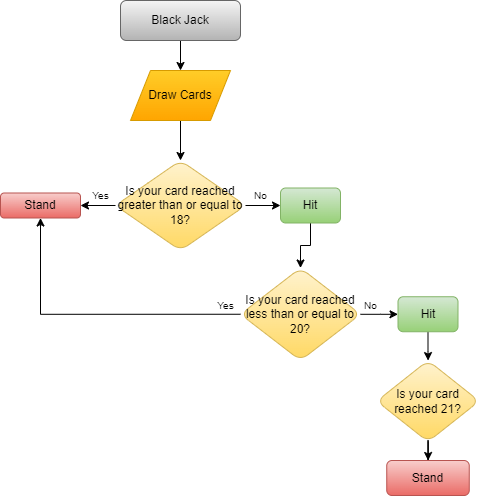
Earlier version of the draw.io export blackjack.drawio.png (mallaribs01/CCINCOML_EXERCISES_COM23P). Source tidied: cells renumbered, new cells last; positions are measured from the earlier drawing's top-left corner, leaving out a move shared by most shapes.
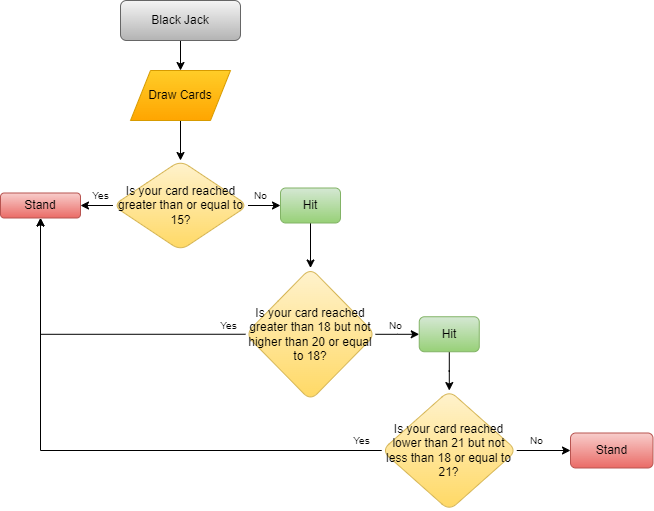
After the commit.

What changed in the source:
```diff
@@ -14,8 +14,8 @@
     <mxCell id="5" style="edgeStyle=orthogonalEdgeStyle;rounded=0;jettySize=auto;html=1;" parent="1" edge="1" source="6" target="9">
       <mxGeometry relative="1" as="geometry" />
     </mxCell>
-    <mxCell id="6" value="Is your card reached greater than or equal to 18?" style="rhombus;rounded=1;glass=0;strokeWidth=1;shadow=0;html=1;whiteSpace=wrap;verticalAlign=middle;fillColor=#fff2cc;strokeColor=#d6b656;gradientColor=#ffd966;" parent="1" vertex="1">
-      <mxGeometry x="115" y="160" width="130" height="90" as="geometry" />
+    <mxCell id="6" value="Is your card reached greater than or equal to 15?" style="rhombus;rounded=1;glass=0;strokeWidth=1;shadow=0;html=1;whiteSpace=wrap;verticalAlign=middle;fillColor=#fff2cc;strokeColor=#d6b656;gradientColor=#ffd966;" parent="1" vertex="1">
+      <mxGeometry x="112.5" y="160" width="135" height="90" as="geometry" />
     </mxCell>
     <mxCell id="7" style="edgeStyle=orthogonalEdgeStyle;rounded=0;jettySize=auto;html=1;" parent="1" edge="1" source="8" target="12">
       <mxGeometry relative="1" as="geometry" />
@@ -32,14 +32,14 @@
     <mxCell id="11" style="edgeStyle=orthogonalEdgeStyle;rounded=0;jettySize=auto;html=1;exitX=0;exitY=0.5;exitDx=0;exitDy=0;entryX=0.5;entryY=1;entryDx=0;entryDy=0;" parent="1" edge="1" source="12" target="9">
       <mxGeometry relative="1" as="geometry" />
     </mxCell>
-    <mxCell id="12" value="Is your card reached less than or equal to 20?" style="rhombus;whiteSpace=wrap;html=1;rounded=1;glass=0;strokeWidth=1;shadow=0;fillColor=#fff2cc;gradientColor=#ffd966;strokeColor=#d6b656;" parent="1" vertex="1">
-      <mxGeometry x="240" y="267.5" width="120" height="92.5" as="geometry" />
+    <mxCell id="12" value="Is your card reached greater than 18 but not higher than 20 or equal to 18?" style="rhombus;whiteSpace=wrap;html=1;rounded=1;glass=0;strokeWidth=1;shadow=0;fillColor=#fff2cc;gradientColor=#ffd966;strokeColor=#d6b656;" parent="1" vertex="1">
+      <mxGeometry x="245" y="267.5" width="130" height="132.5" as="geometry" />
     </mxCell>
     <mxCell id="13" style="edgeStyle=orthogonalEdgeStyle;rounded=0;jettySize=auto;html=1;" parent="1" edge="1" source="14" target="22">
       <mxGeometry relative="1" as="geometry" />
     </mxCell>
     <mxCell id="14" value="Hit" style="whiteSpace=wrap;html=1;rounded=1;glass=0;strokeWidth=1;shadow=0;fillColor=#d5e8d4;gradientColor=#97d077;strokeColor=#82b366;" parent="1" vertex="1">
-      <mxGeometry x="397.5" y="296.2" width="60" height="35" as="geometry" />
+      <mxGeometry x="418.8" y="316.2" width="60" height="35" as="geometry" />
     </mxCell>
     <mxCell id="15" value="Yes" style="text;html=1;align=center;verticalAlign=middle;strokeColor=none;fillColor=none;fontSize=10;" parent="1" vertex="1">
       <mxGeometry x="80" y="180" width="40" height="30" as="geometry" />
@@ -48,11 +48,8 @@
       <mxGeometry x="240" y="180" width="40" height="30" as="geometry" />
     </mxCell>
     <mxCell id="17" value="No" style="text;html=1;align=center;verticalAlign=middle;strokeColor=none;fillColor=none;fontSize=10;" parent="1" vertex="1">
-      <mxGeometry x="350" y="290" width="40" height="30" as="geometry" />
+      <mxGeometry x="375" y="310" width="40" height="30" as="geometry" />
     </mxCell>
-    <mxCell id="18" value="Yes" style="text;html=1;align=center;verticalAlign=middle;strokeColor=none;fillColor=none;fontSize=10;" parent="1" vertex="1">
-      <mxGeometry x="205" y="290" width="40" height="30" as="geometry" />
-    </mxCell>
     <mxCell id="19" style="edgeStyle=orthogonalEdgeStyle;rounded=0;jettySize=auto;html=1;" parent="1" edge="1" source="20" target="6">
       <mxGeometry relative="1" as="geometry" />
     </mxCell>
@@ -62,11 +59,23 @@
     <mxCell id="21" style="edgeStyle=orthogonalEdgeStyle;rounded=0;jettySize=auto;html=1;" parent="1" edge="1" source="22" target="23">
       <mxGeometry relative="1" as="geometry" />
     </mxCell>
+    <mxCell id="24" style="edgeStyle=orthogonalEdgeStyle;rounded=0;jettySize=auto;html=1;exitX=0;exitY=0.5;exitDx=0;exitDy=0;entryX=0.5;entryY=1;entryDx=0;entryDy=0;" parent="1" edge="1" source="22" target="9">
+      <mxGeometry relative="1" as="geometry" />
+    </mxCell>
-    <mxCell id="22" value="Is your card reached 21?" style="rhombus;whiteSpace=wrap;html=1;fillColor=#fff2cc;strokeColor=#d6b656;rounded=1;glass=0;strokeWidth=1;shadow=0;gradientColor=#ffd966;" parent="1" vertex="1">
-      <mxGeometry x="376.2" y="360" width="102.5" height="81.2" as="geometry" />
+    <mxCell id="22" value="Is your card reached lower than 21 but not less than 18 or equal to 21?" style="rhombus;whiteSpace=wrap;html=1;fillColor=#fff2cc;strokeColor=#d6b656;rounded=1;glass=0;strokeWidth=1;shadow=0;gradientColor=#ffd966;" parent="1" vertex="1">
+      <mxGeometry x="381.2" y="390" width="135" height="120" as="geometry" />
     </mxCell>
     <mxCell id="23" value="Stand" style="whiteSpace=wrap;html=1;fillColor=#f8cecc;strokeColor=#b85450;rounded=1;glass=0;strokeWidth=1;shadow=0;gradientColor=#ea6b66;" parent="1" vertex="1">
-      <mxGeometry x="386.2" y="460" width="82.5" height="35" as="geometry" />
+      <mxGeometry x="570" y="432.5" width="82.5" height="35" as="geometry" />
     </mxCell>
+    <mxCell id="25" value="Yes" style="text;html=1;align=center;verticalAlign=middle;strokeColor=none;fillColor=none;fontSize=10;" parent="1" vertex="1">
+      <mxGeometry x="207.5" y="310" width="40" height="30" as="geometry" />
+    </mxCell>
+    <mxCell id="26" value="Yes" style="text;html=1;align=center;verticalAlign=middle;strokeColor=none;fillColor=none;fontSize=10;" parent="1" vertex="1">
+      <mxGeometry x="341.2" y="425" width="40" height="30" as="geometry" />
+    </mxCell>
+    <mxCell id="27" value="No" style="text;html=1;align=center;verticalAlign=middle;strokeColor=none;fillColor=none;fontSize=10;" parent="1" vertex="1">
+      <mxGeometry x="516.2" y="425" width="40" height="30" as="geometry" />
+    </mxCell>
   </root>
 </mxGraphModel>
```
